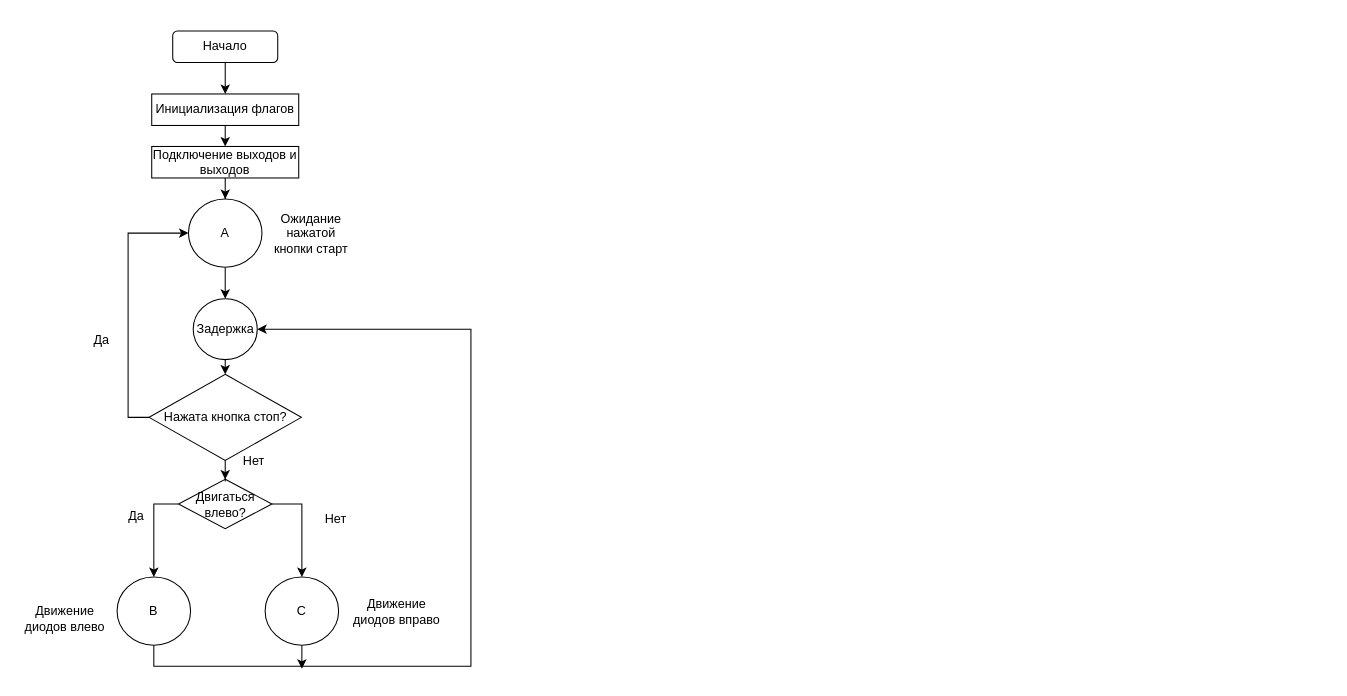
The draw.io diagram microprocessor/Untitled Diagram.drawio in spiritt123/mgtu_6_sem, before the edit. Source tidied: cells renumbered, new cells numbered last; positions are measured from the earlier drawing's top-left corner, leaving out a move shared by most shapes. Both pictures are drawn from the tidied source at 105%, with x=0, y=0 at pixel (18, 30).
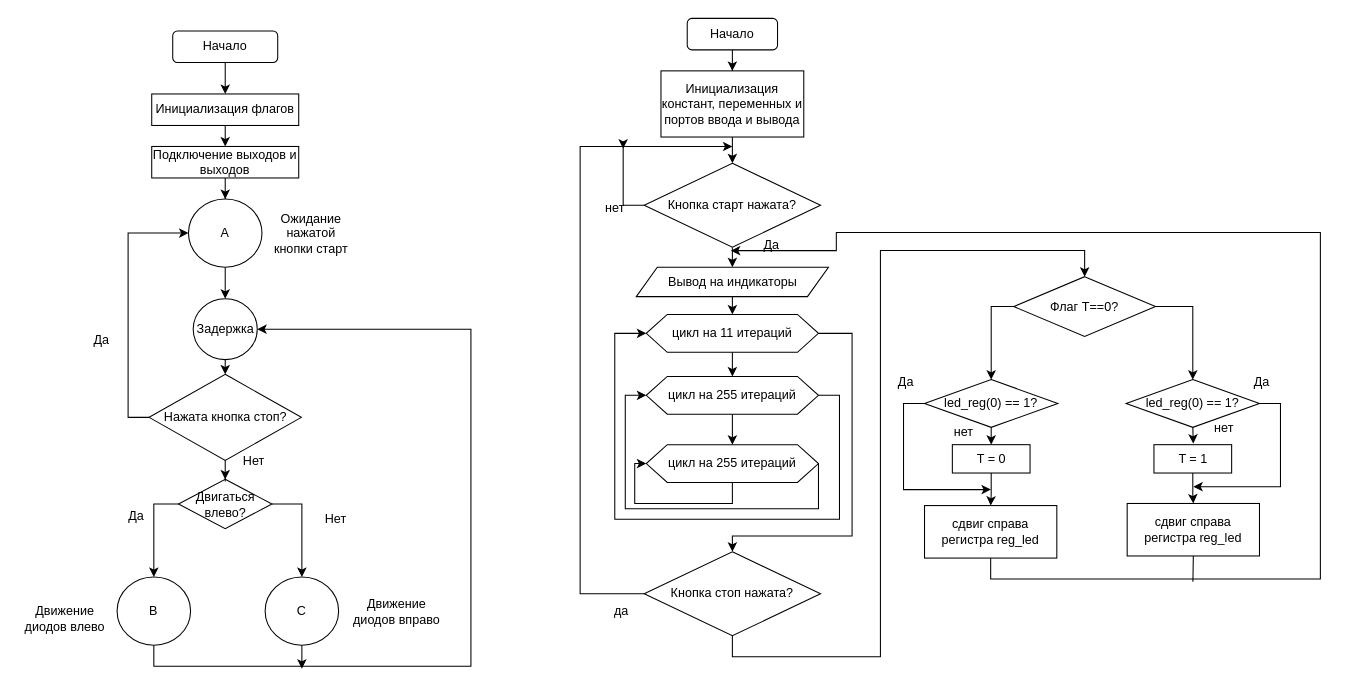
The same diagram, later.

Diff of the diagram source:
```diff
@@
+    <mxCell id="29" style="edgeStyle=orthogonalEdgeStyle;rounded=0;jettySize=auto;html=1;exitX=0.5;exitY=1;exitDx=0;exitDy=0;" parent="1" edge="1" source="30" target="32">
+      <mxGeometry relative="1" as="geometry" />
+    </mxCell>
+    <mxCell id="30" value="Начало" style="rounded=1;whiteSpace=wrap;html=1;" parent="1" vertex="1">
+      <mxGeometry x="637" y="-12" width="86" height="30" as="geometry" />
+    </mxCell>
+    <mxCell id="31" style="edgeStyle=orthogonalEdgeStyle;rounded=0;jettySize=auto;html=1;exitX=0.5;exitY=1;exitDx=0;exitDy=0;" parent="1" edge="1" source="32" target="35">
+      <mxGeometry relative="1" as="geometry" />
+    </mxCell>
+    <mxCell id="32" value="Инициализация констант, переменных и портов ввода и вывода" style="rounded=0;whiteSpace=wrap;html=1;" parent="1" vertex="1">
+      <mxGeometry x="612" y="38" width="136" height="63" as="geometry" />
+    </mxCell>
+    <mxCell id="33" style="edgeStyle=orthogonalEdgeStyle;rounded=0;jettySize=auto;html=1;exitX=0.5;exitY=1;exitDx=0;exitDy=0;entryX=0.5;entryY=0;entryDx=0;entryDy=0;" parent="1" edge="1" source="35" target="37">
+      <mxGeometry relative="1" as="geometry" />
+    </mxCell>
+    <mxCell id="34" style="edgeStyle=orthogonalEdgeStyle;rounded=0;jettySize=auto;html=1;exitX=0;exitY=0.5;exitDx=0;exitDy=0;" parent="1" edge="1" source="35">
+      <mxGeometry relative="1" as="geometry">
+        <mxPoint x="576" y="112" as="targetPoint" />
+      </mxGeometry>
+    </mxCell>
+    <mxCell id="35" value="Кнопка старт нажата?" style="rhombus;whiteSpace=wrap;html=1;" parent="1" vertex="1">
+      <mxGeometry x="596" y="126" width="168" height="80" as="geometry" />
+    </mxCell>
+    <mxCell id="36" style="edgeStyle=orthogonalEdgeStyle;rounded=0;jettySize=auto;html=1;exitX=0.5;exitY=1;exitDx=0;exitDy=0;entryX=0.5;entryY=0;entryDx=0;entryDy=0;" parent="1" edge="1" source="37" target="40">
+      <mxGeometry relative="1" as="geometry" />
+    </mxCell>
+    <mxCell id="37" value="Вывод на индикаторы" style="shape=parallelogram;perimeter=parallelogramPerimeter;whiteSpace=wrap;html=1;fixedSize=1;" parent="1" vertex="1">
+      <mxGeometry x="588.5" y="225" width="183" height="28" as="geometry" />
+    </mxCell>
+    <mxCell id="38" style="edgeStyle=orthogonalEdgeStyle;rounded=0;jettySize=auto;html=1;exitX=0.5;exitY=1;exitDx=0;exitDy=0;entryX=0.5;entryY=0;entryDx=0;entryDy=0;" parent="1" edge="1" source="40" target="43">
+      <mxGeometry relative="1" as="geometry" />
+    </mxCell>
+    <mxCell id="39" style="edgeStyle=orthogonalEdgeStyle;rounded=0;jettySize=auto;html=1;exitX=1;exitY=0.5;exitDx=0;exitDy=0;" parent="1" edge="1" source="40" target="48">
+      <mxGeometry relative="1" as="geometry">
+        <Array as="points">
+          <mxPoint x="794" y="288" />
+          <mxPoint x="794" y="481" />
+        </Array>
+      </mxGeometry>
+    </mxCell>
+    <mxCell id="40" value="цикл на 11 итераций" style="shape=hexagon;perimeter=hexagonPerimeter2;whiteSpace=wrap;html=1;fixedSize=1;" parent="1" vertex="1">
+      <mxGeometry x="598" y="270" width="164" height="36" as="geometry" />
+    </mxCell>
+    <mxCell id="41" style="edgeStyle=orthogonalEdgeStyle;rounded=0;jettySize=auto;html=1;exitX=0.5;exitY=1;exitDx=0;exitDy=0;" parent="1" edge="1" source="43" target="45">
+      <mxGeometry relative="1" as="geometry" />
+    </mxCell>
+    <mxCell id="42" style="edgeStyle=orthogonalEdgeStyle;rounded=0;jettySize=auto;html=1;exitX=1;exitY=0.5;exitDx=0;exitDy=0;entryX=0;entryY=0.5;entryDx=0;entryDy=0;" parent="1" edge="1" source="43" target="40">
+      <mxGeometry relative="1" as="geometry">
+        <Array as="points">
+          <mxPoint x="782" y="347" />
+          <mxPoint x="782" y="465" />
+          <mxPoint x="568" y="465" />
+          <mxPoint x="568" y="288" />
+        </Array>
+      </mxGeometry>
+    </mxCell>
+    <mxCell id="43" value="&lt;div&gt;цикл на 255 итераций&lt;/div&gt;" style="shape=hexagon;perimeter=hexagonPerimeter2;whiteSpace=wrap;html=1;fixedSize=1;" parent="1" vertex="1">
+      <mxGeometry x="598" y="329" width="164" height="36" as="geometry" />
+    </mxCell>
+    <mxCell id="44" style="edgeStyle=orthogonalEdgeStyle;rounded=0;jettySize=auto;html=1;exitX=1;exitY=0.5;exitDx=0;exitDy=0;entryX=0;entryY=0.5;entryDx=0;entryDy=0;" parent="1" edge="1" source="45" target="43">
+      <mxGeometry relative="1" as="geometry">
+        <Array as="points">
+          <mxPoint x="762" y="455" />
+          <mxPoint x="578" y="455" />
+          <mxPoint x="578" y="347" />
+        </Array>
+      </mxGeometry>
+    </mxCell>
+    <mxCell id="45" value="&lt;div&gt;цикл на 255 итераций&lt;/div&gt;" style="shape=hexagon;perimeter=hexagonPerimeter2;whiteSpace=wrap;html=1;fixedSize=1;" parent="1" vertex="1">
+      <mxGeometry x="598" y="394" width="164" height="36" as="geometry" />
+    </mxCell>
+    <mxCell id="46" style="edgeStyle=orthogonalEdgeStyle;rounded=0;jettySize=auto;html=1;exitX=0;exitY=0.5;exitDx=0;exitDy=0;" parent="1" edge="1" source="48">
+      <mxGeometry relative="1" as="geometry">
+        <mxPoint x="680" y="110" as="targetPoint" />
+        <Array as="points">
+          <mxPoint x="535" y="536" />
+          <mxPoint x="535" y="110" />
+        </Array>
+      </mxGeometry>
+    </mxCell>
+    <mxCell id="47" style="edgeStyle=orthogonalEdgeStyle;rounded=0;jettySize=auto;html=1;exitX=0.5;exitY=1;exitDx=0;exitDy=0;entryX=0.5;entryY=0;entryDx=0;entryDy=0;" parent="1" edge="1" source="48" target="55">
+      <mxGeometry relative="1" as="geometry">
+        <Array as="points">
+          <mxPoint x="680" y="596" />
+          <mxPoint x="821" y="596" />
+          <mxPoint x="821" y="209" />
+          <mxPoint x="1015" y="209" />
+        </Array>
+      </mxGeometry>
+    </mxCell>
+    <mxCell id="48" value="Кнопка стоп нажата?" style="rhombus;whiteSpace=wrap;html=1;" parent="1" vertex="1">
+      <mxGeometry x="596" y="496" width="168" height="80" as="geometry" />
+    </mxCell>
+    <mxCell id="49" style="edgeStyle=orthogonalEdgeStyle;rounded=0;orthogonalLoop=1;jettySize=auto;html=1;exitX=0.5;exitY=1;exitDx=0;exitDy=0;entryX=0;entryY=0.5;entryDx=0;entryDy=0;" parent="1" edge="1" source="45" target="45">
+      <mxGeometry relative="1" as="geometry">
+        <Array as="points">
+          <mxPoint x="680" y="450" />
+          <mxPoint x="587" y="450" />
+          <mxPoint x="587" y="412" />
+        </Array>
+      </mxGeometry>
+    </mxCell>
+    <mxCell id="50" value="&lt;div&gt;да&lt;/div&gt;" style="text;html=1;align=center;verticalAlign=middle;strokeColor=none;fillColor=none;" parent="1" vertex="1">
+      <mxGeometry x="562" y="544" width="24" height="18" as="geometry" />
+    </mxCell>
+    <mxCell id="51" value="&lt;div&gt;нет&lt;/div&gt;" style="text;html=1;align=center;verticalAlign=middle;strokeColor=none;fillColor=none;" parent="1" vertex="1">
+      <mxGeometry x="553" y="160" width="29" height="18" as="geometry" />
+    </mxCell>
+    <mxCell id="52" value="Да" style="text;html=1;align=center;verticalAlign=middle;strokeColor=none;fillColor=none;" parent="1" vertex="1">
+      <mxGeometry x="704" y="195" width="25" height="18" as="geometry" />
+    </mxCell>
+    <mxCell id="53" style="edgeStyle=orthogonalEdgeStyle;rounded=0;jettySize=auto;html=1;exitX=1;exitY=0.5;exitDx=0;exitDy=0;entryX=0.5;entryY=0;entryDx=0;entryDy=0;" parent="1" edge="1" source="55" target="58">
+      <mxGeometry relative="1" as="geometry" />
+    </mxCell>
+    <mxCell id="54" style="edgeStyle=orthogonalEdgeStyle;rounded=0;jettySize=auto;html=1;exitX=0;exitY=0.5;exitDx=0;exitDy=0;entryX=0.5;entryY=0;entryDx=0;entryDy=0;" parent="1" edge="1" source="55" target="65">
+      <mxGeometry relative="1" as="geometry" />
+    </mxCell>
+    <mxCell id="55" value="Флаг Т==0?" style="rhombus;whiteSpace=wrap;html=1;" parent="1" vertex="1">
+      <mxGeometry x="948" y="234" width="135" height="57" as="geometry" />
+    </mxCell>
+    <mxCell id="56" style="edgeStyle=orthogonalEdgeStyle;rounded=0;jettySize=auto;html=1;exitX=0.5;exitY=1;exitDx=0;exitDy=0;" parent="1" edge="1" source="58">
+      <mxGeometry relative="1" as="geometry">
+        <mxPoint x="1119" y="393" as="targetPoint" />
+      </mxGeometry>
+    </mxCell>
+    <mxCell id="57" style="edgeStyle=orthogonalEdgeStyle;rounded=0;jettySize=auto;html=1;exitX=1;exitY=0.5;exitDx=0;exitDy=0;" parent="1" edge="1" source="58">
+      <mxGeometry relative="1" as="geometry">
+        <mxPoint x="1119" y="434" as="targetPoint" />
+        <Array as="points">
+          <mxPoint x="1202" y="355" />
+          <mxPoint x="1202" y="434" />
+        </Array>
+      </mxGeometry>
+    </mxCell>
+    <mxCell id="58" value="led_reg(0) == 1?" style="rhombus;whiteSpace=wrap;html=1;" parent="1" vertex="1">
+      <mxGeometry x="1055" y="332" width="127" height="45.5" as="geometry" />
+    </mxCell>
+    <mxCell id="59" style="edgeStyle=orthogonalEdgeStyle;rounded=0;jettySize=auto;html=1;exitX=0.5;exitY=1;exitDx=0;exitDy=0;" parent="1" edge="1" source="60" target="62">
+      <mxGeometry relative="1" as="geometry" />
+    </mxCell>
+    <mxCell id="60" value="T = 1" style="whiteSpace=wrap;html=1;" parent="1" vertex="1">
+      <mxGeometry x="1081.5" y="394" width="74" height="27" as="geometry" />
+    </mxCell>
+    <mxCell id="61" style="rounded=1;jettySize=auto;html=1;exitX=0.5;exitY=1;exitDx=0;exitDy=0;endArrow=none;endFill=0;" parent="1" edge="1" source="62">
+      <mxGeometry relative="1" as="geometry">
+        <mxPoint x="1118.6" y="524.5" as="targetPoint" />
+      </mxGeometry>
+    </mxCell>
+    <mxCell id="62" value="&lt;div&gt;сдвиг справа &lt;br&gt;&lt;/div&gt;&lt;div&gt;регистра reg_led &lt;/div&gt;" style="whiteSpace=wrap;html=1;" parent="1" vertex="1">
+      <mxGeometry x="1056" y="450" width="126" height="50" as="geometry" />
+    </mxCell>
+    <mxCell id="63" style="edgeStyle=orthogonalEdgeStyle;rounded=0;jettySize=auto;html=1;exitX=0.5;exitY=1;exitDx=0;exitDy=0;entryX=0.5;entryY=0;entryDx=0;entryDy=0;" parent="1" edge="1" source="65" target="67">
+      <mxGeometry relative="1" as="geometry" />
+    </mxCell>
+    <mxCell id="64" style="edgeStyle=orthogonalEdgeStyle;rounded=0;jettySize=auto;html=1;exitX=0;exitY=0.5;exitDx=0;exitDy=0;" parent="1" edge="1" source="65">
+      <mxGeometry relative="1" as="geometry">
+        <mxPoint x="926.2" y="436.8" as="targetPoint" />
+        <Array as="points">
+          <mxPoint x="843" y="355" />
+          <mxPoint x="843" y="437" />
+          <mxPoint x="926" y="437" />
+        </Array>
+      </mxGeometry>
+    </mxCell>
+    <mxCell id="65" value="led_reg(0) == 1?" style="rhombus;whiteSpace=wrap;html=1;" parent="1" vertex="1">
+      <mxGeometry x="863" y="332" width="127" height="45.5" as="geometry" />
+    </mxCell>
+    <mxCell id="66" style="edgeStyle=orthogonalEdgeStyle;rounded=0;jettySize=auto;html=1;exitX=0.5;exitY=1;exitDx=0;exitDy=0;" parent="1" edge="1" source="67" target="69">
+      <mxGeometry relative="1" as="geometry" />
+    </mxCell>
+    <mxCell id="67" value="T = 0" style="whiteSpace=wrap;html=1;" parent="1" vertex="1">
+      <mxGeometry x="889.5" y="394" width="74" height="27" as="geometry" />
+    </mxCell>
+    <mxCell id="68" style="edgeStyle=orthogonalEdgeStyle;rounded=0;jettySize=auto;html=1;exitX=0.5;exitY=1;exitDx=0;exitDy=0;" parent="1" edge="1" source="69">
+      <mxGeometry relative="1" as="geometry">
+        <mxPoint x="678.6" y="209.2" as="targetPoint" />
+        <Array as="points">
+          <mxPoint x="926" y="522" />
+          <mxPoint x="1240" y="522" />
+          <mxPoint x="1240" y="192" />
+          <mxPoint x="779" y="192" />
+          <mxPoint x="779" y="209" />
+        </Array>
+      </mxGeometry>
+    </mxCell>
+    <mxCell id="69" value="&lt;div&gt;сдвиг справа &lt;br&gt;&lt;/div&gt;&lt;div&gt;регистра reg_led &lt;/div&gt;" style="whiteSpace=wrap;html=1;" parent="1" vertex="1">
+      <mxGeometry x="863" y="452" width="126" height="50" as="geometry" />
+    </mxCell>
+    <mxCell id="70" value="Да" style="text;html=1;align=center;verticalAlign=middle;strokeColor=none;fillColor=none;" parent="1" vertex="1">
+      <mxGeometry x="832" y="326" width="25" height="18" as="geometry" />
+    </mxCell>
+    <mxCell id="71" value="Да" style="text;html=1;align=center;verticalAlign=middle;strokeColor=none;fillColor=none;" parent="1" vertex="1">
+      <mxGeometry x="1171" y="326" width="25" height="18" as="geometry" />
+    </mxCell>
+    <mxCell id="72" value="&lt;div&gt;нет&lt;/div&gt;" style="text;html=1;align=center;verticalAlign=middle;strokeColor=none;fillColor=none;" parent="1" vertex="1">
+      <mxGeometry x="885" y="373" width="29" height="18" as="geometry" />
+    </mxCell>
+    <mxCell id="73" value="&lt;div&gt;нет&lt;/div&gt;" style="text;html=1;align=center;verticalAlign=middle;strokeColor=none;fillColor=none;" parent="1" vertex="1">
+      <mxGeometry x="1133" y="369" width="29" height="18" as="geometry" />
+    </mxCell>
```
